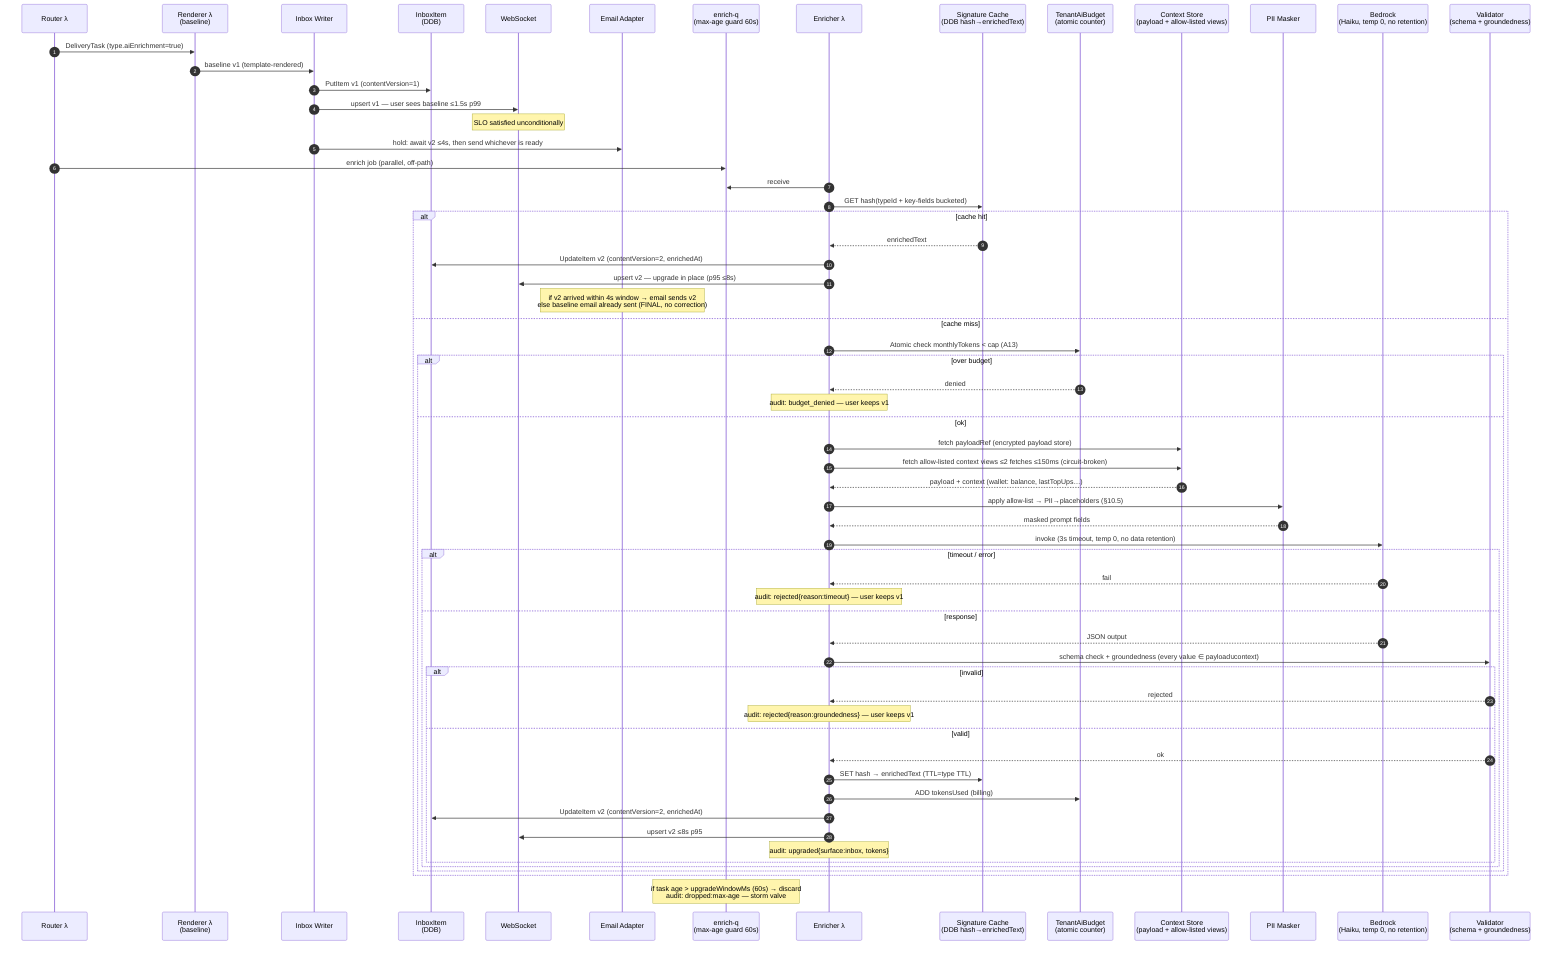
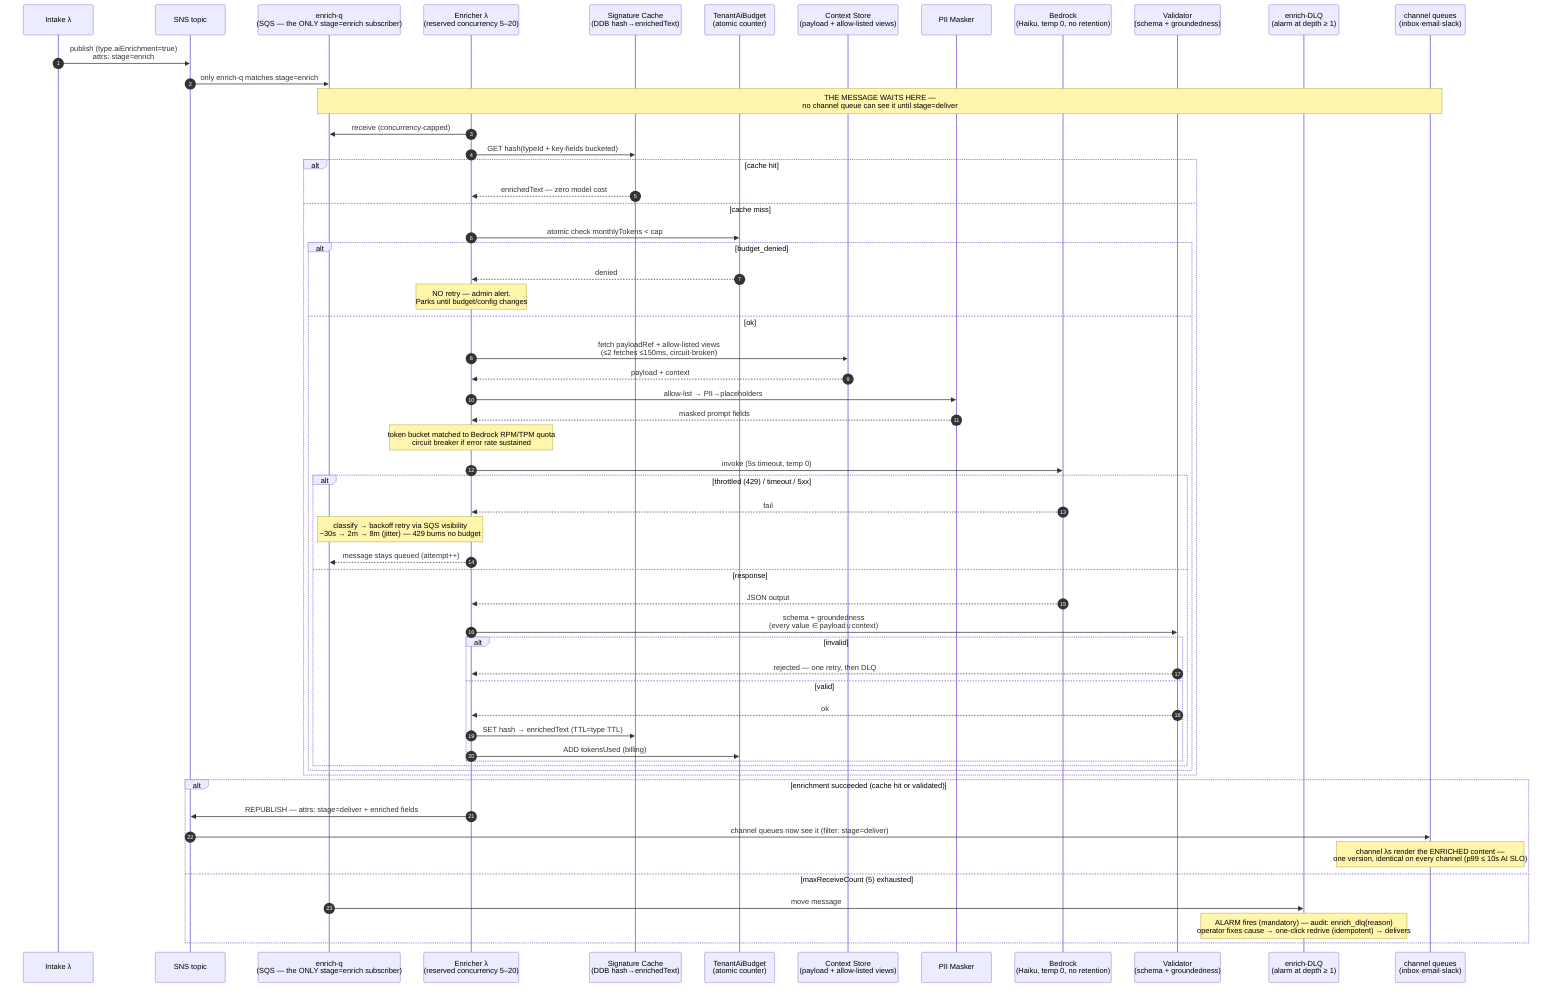
sequenceDiagram
    autonumber
-     participant R as Router λ
-     participant RND as Renderer λ<br/>(baseline)
-     participant IW as Inbox Writer
-     participant DB as InboxItem<br/>(DDB)
-     participant WS as WebSocket
-     participant EML as Email Adapter
-     participant EQ as enrich-q<br/>(max-age guard 60s)
-     participant EN as Enricher λ
+     participant IN as Intake λ
+     participant SNS as SNS topic
+     participant EQ as enrich-q<br/>(SQS — the ONLY stage=enrich subscriber)
+     participant EN as Enricher λ<br/>(reserved concurrency 5–20)
    participant CACHE as Signature Cache<br/>(DDB hash→enrichedText)
    participant BUD as TenantAiBudget<br/>(atomic counter)
    participant CTX as Context Store<br/>(payload + allow-listed views)
    participant MASK as PII Masker
    participant LLM as Bedrock<br/>(Haiku, temp 0, no retention)
    participant VAL as Validator<br/>(schema + groundedness)
+     participant DLQ as enrich-DLQ<br/>(alarm at depth ≥ 1)
+     participant CH as channel queues<br/>(inbox·email·slack)

-     R->>RND: DeliveryTask (type.aiEnrichment=true)
-     RND->>IW: baseline v1 (template-rendered)
-     IW->>DB: PutItem v1 (contentVersion=1)
-     IW->>WS: upsert v1 — user sees baseline ≤1.5s p99
-     Note over WS: SLO satisfied unconditionally
-     IW->>EML: hold: await v2 ≤4s, then send whichever is ready
-     R->>EQ: enrich job (parallel, off-path)
+     IN->>SNS: publish (type.aiEnrichment=true)<br/>attrs: stage=enrich
+     SNS->>EQ: only enrich-q matches stage=enrich
+     Note over EQ,CH: THE MESSAGE WAITS HERE —<br/>no channel queue can see it until stage=deliver

-     EN->>EQ: receive
+     EN->>EQ: receive (concurrency-capped)
    EN->>CACHE: GET hash(typeId + key-fields bucketed)
    alt cache hit
-         CACHE-->>EN: enrichedText
-         EN->>DB: UpdateItem v2 (contentVersion=2, enrichedAt)
-         EN->>WS: upsert v2 — upgrade in place (p95 ≤8s)
-         Note over EML: if v2 arrived within 4s window → email sends v2<br/>else baseline email already sent (FINAL, no correction)
+         CACHE-->>EN: enrichedText — zero model cost
    else cache miss
-         EN->>BUD: Atomic check monthlyTokens < cap (A13)
-         alt over budget
+         EN->>BUD: atomic check monthlyTokens < cap
+         alt budget_denied
            BUD-->>EN: denied
-             Note over EN: audit: budget_denied — user keeps v1
+             Note over EN: NO retry — admin alert.<br/>Parks until budget/config changes
        else ok
-             EN->>CTX: fetch payloadRef (encrypted payload store)
-             EN->>CTX: fetch allow-listed context views ≤2 fetches ≤150ms (circuit-broken)
-             CTX-->>EN: payload + context (wallet: balance, lastTopUps…)
-             EN->>MASK: apply allow-list → PII→placeholders (§10.5)
+             EN->>CTX: fetch payloadRef + allow-listed views<br/>(≤2 fetches ≤150ms, circuit-broken)
+             CTX-->>EN: payload + context
+             EN->>MASK: allow-list → PII→placeholders
            MASK-->>EN: masked prompt fields
-             EN->>LLM: invoke (3s timeout, temp 0, no data retention)
-             alt timeout / error
+             Note over EN: token bucket matched to Bedrock RPM/TPM quota<br/>circuit breaker if error rate sustained
+             EN->>LLM: invoke (5s timeout, temp 0)
+             alt throttled (429) / timeout / 5xx
                LLM-->>EN: fail
-                 Note over EN: audit: rejected{reason:timeout} — user keeps v1
+                 Note over EN,EQ: classify → backoff retry via SQS visibility<br/>~30s → 2m → 8m (jitter) — 429 burns no budget
+                 EN-->>EQ: message stays queued (attempt++)
            else response
                LLM-->>EN: JSON output
-                 EN->>VAL: schema check + groundedness (every value ∈ payload∪context)
+                 EN->>VAL: schema + groundedness<br/>(every value ∈ payload∪context)
                alt invalid
-                     VAL-->>EN: rejected
-                     Note over EN: audit: rejected{reason:groundedness} — user keeps v1
+                     VAL-->>EN: rejected — one retry, then DLQ
                else valid
                    VAL-->>EN: ok
                    EN->>CACHE: SET hash → enrichedText (TTL=type TTL)
                    EN->>BUD: ADD tokensUsed (billing)
-                     EN->>DB: UpdateItem v2 (contentVersion=2, enrichedAt)
-                     EN->>WS: upsert v2 ≤8s p95
-                     Note over EN: audit: upgraded{surface:inbox, tokens}
                end
            end
        end
    end
-     Note over EQ: if task age > upgradeWindowMs (60s) → discard<br/>audit: dropped:max-age — storm valve
+ 
+     alt enrichment succeeded (cache hit or validated)
+         EN->>SNS: REPUBLISH — attrs: stage=deliver + enriched fields
+         SNS->>CH: channel queues now see it (filter: stage=deliver)
+         Note over CH: channel λs render the ENRICHED content —<br/>one version, identical on every channel (p99 ≤ 10s AI SLO)
+     else maxReceiveCount (5) exhausted
+         EQ->>DLQ: move message
+         Note over DLQ: ALARM fires (mandatory) — audit: enrich_dlq{reason}<br/>operator fixes cause → one-click redrive (idempotent) → delivers
+     end
